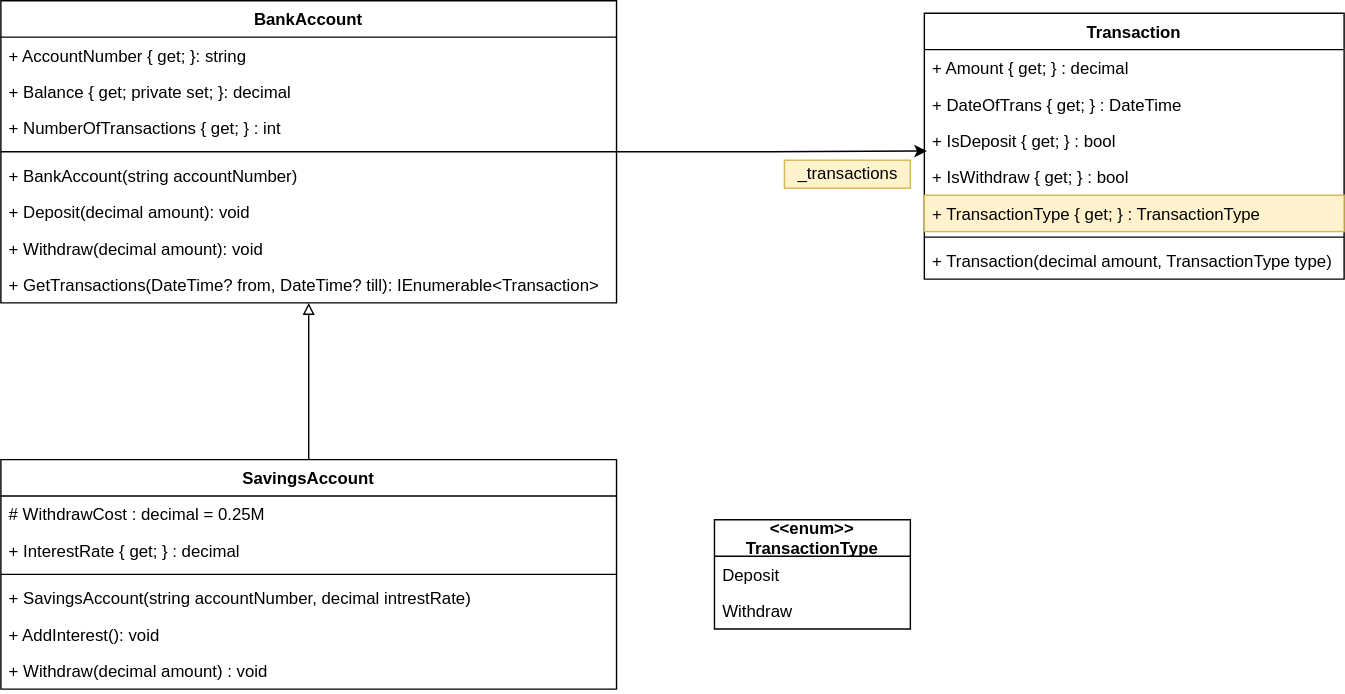
HOGENT-Web/csharp keeps this draw.io diagram as chapters/03/slides/images/DCD_part3.svg. Above is the earlier version. Source tidied: cells renumbered, new cells last; positions are measured from the earlier drawing's top-left corner, leaving out a move shared by most shapes.
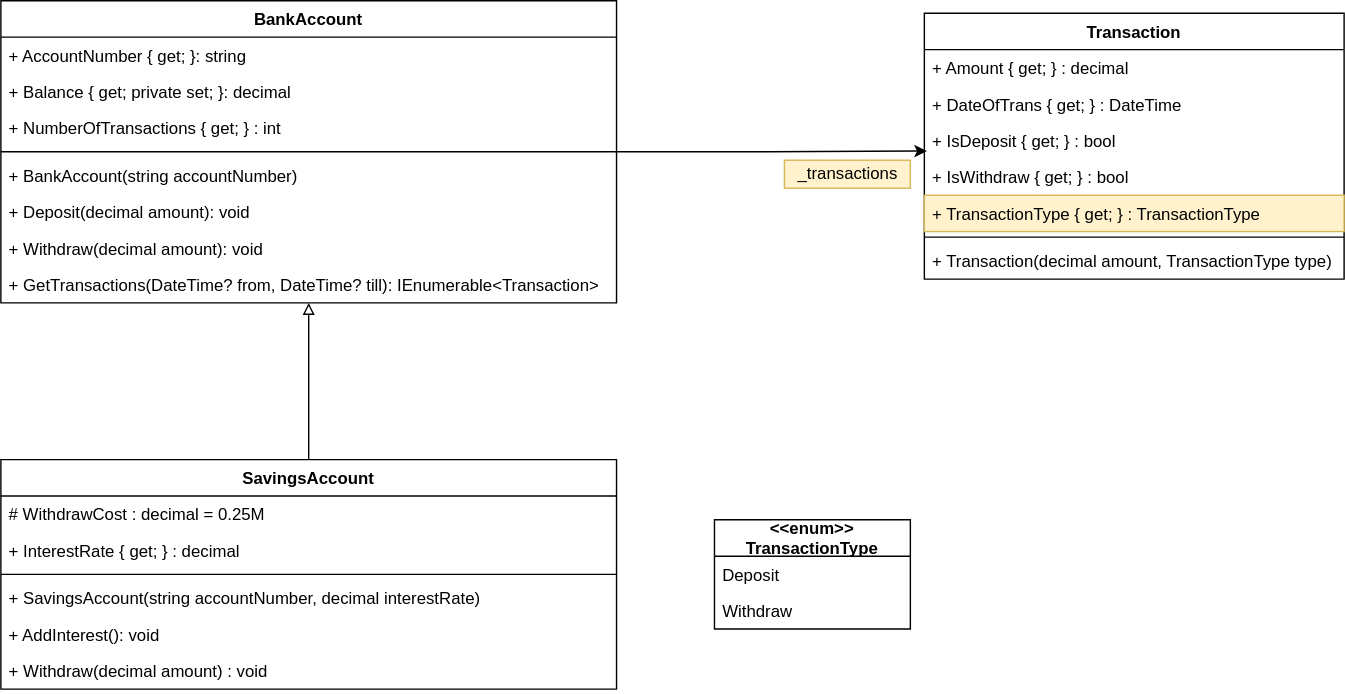
The same diagram one commit later.

Commit message:
Fix typo in SavingsAccount class

The edit, as a diff of the source:
```diff
@@ -83,7 +83,7 @@
     <mxCell id="28" style="line;strokeWidth=1;fillColor=none;align=left;verticalAlign=middle;spacingTop=-1;spacingLeft=3;spacingRight=3;labelPosition=right;" parent="25" vertex="1">
       <mxGeometry y="78" width="440" height="8" as="geometry" />
     </mxCell>
-    <mxCell id="29" value="+ SavingsAccount(string accountNumber, decimal intrestRate)&#10;" style="text;strokeColor=none;fillColor=none;align=left;verticalAlign=top;spacingLeft=4;spacingRight=4;overflow=hidden;" parent="25" vertex="1">
+    <mxCell id="29" value="+ SavingsAccount(string accountNumber, decimal interestRate)&#10;" style="text;strokeColor=none;fillColor=none;align=left;verticalAlign=top;spacingLeft=4;spacingRight=4;overflow=hidden;" parent="25" vertex="1">
       <mxGeometry y="86" width="440" height="26" as="geometry" />
     </mxCell>
     <mxCell id="30" value="+ AddInterest(): void" style="text;strokeColor=none;fillColor=none;align=left;verticalAlign=top;spacingLeft=4;spacingRight=4;overflow=hidden;" parent="25" vertex="1">
```
